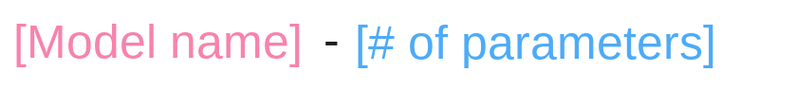
The Excalidraw diagram website/slides/assets/local-model-naming-01.excalidraw.svg in skaltman/r-medicine-llm, before a commit. Source tidied: one line per element, renumbered; positions are measured from the earlier drawing's top-left corner, leaving out a move shared by most shapes. The source it was exported from:
```json
{"id": 0, "type": "text", "text": "[Model name]", "strokeColor": "#f783ac", "backgroundColor": "#ffffff", "fillStyle": "solid", "strokeWidth": 2, "roughness": 0, "fontSize": 36, "fontFamily": 5, "x": 0, "y": 2, "width": 231, "height": 45}
{"id": 1, "type": "text", "text": "-", "strokeColor": "#1e1e1e", "backgroundColor": "#ffffff", "fillStyle": "solid", "strokeWidth": 2, "roughness": 0, "fontSize": 36, "fontFamily": 5, "x": 234, "y": 0, "width": 15, "height": 45}
{"id": 2, "type": "text", "text": "[# of parameters]", "strokeColor": "#4dabf7", "backgroundColor": "#ffffff", "fillStyle": "solid", "strokeWidth": 2, "roughness": 0, "fontSize": 36, "fontFamily": 5, "x": 257, "y": 3, "width": 322, "height": 45}
```
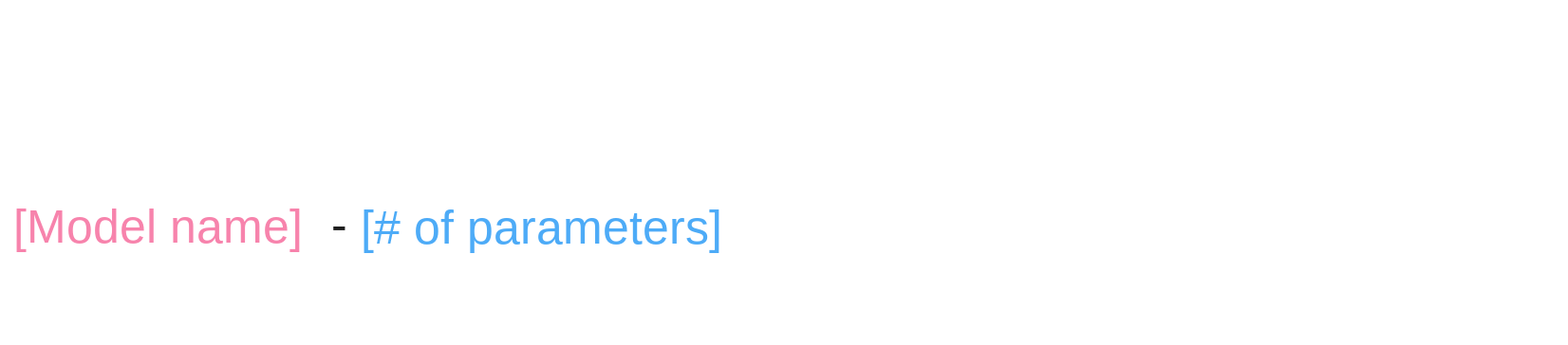
The same file after the commit.

Diff of the diagram source:
```diff
@@ -1,3 +1,4 @@
+{"id": 3, "type": "rectangle", "strokeColor": "#ffffff", "backgroundColor": "#ffffff", "fillStyle": "solid", "strokeWidth": 2, "roughness": 0, "round": true, "x": -5, "y": -146, "width": 1160, "height": 240}
-{"id": 0, "type": "text", "text": "[Model name]", "strokeColor": "#f783ac", "backgroundColor": "#ffffff", "fillStyle": "solid", "strokeWidth": 2, "roughness": 0, "fontSize": 36, "fontFamily": 5, "x": 0, "y": 2, "width": 231, "height": 45}
+{"id": 0, "type": "text", "text": "[Model name]", "strokeColor": "#f783ac", "backgroundColor": "#ffffff", "fillStyle": "solid", "strokeWidth": 2, "roughness": 0, "fontSize": 36, "fontFamily": 5, "x": -5, "y": -5, "width": 231, "height": 45}
-{"id": 1, "type": "text", "text": "-", "strokeColor": "#1e1e1e", "backgroundColor": "#ffffff", "fillStyle": "solid", "strokeWidth": 2, "roughness": 0, "fontSize": 36, "fontFamily": 5, "x": 234, "y": 0, "width": 15, "height": 45}
+{"id": 1, "type": "text", "text": "-", "strokeColor": "#1e1e1e", "backgroundColor": "#ffffff", "fillStyle": "solid", "strokeWidth": 2, "roughness": 0, "fontSize": 36, "fontFamily": 5, "x": 235, "y": -6, "width": 15, "height": 45}
-{"id": 2, "type": "text", "text": "[# of parameters]", "strokeColor": "#4dabf7", "backgroundColor": "#ffffff", "fillStyle": "solid", "strokeWidth": 2, "roughness": 0, "fontSize": 36, "fontFamily": 5, "x": 257, "y": 3, "width": 322, "height": 45}
+{"id": 2, "type": "text", "text": "[# of parameters]", "strokeColor": "#4dabf7", "backgroundColor": "#ffffff", "fillStyle": "solid", "strokeWidth": 2, "roughness": 0, "fontSize": 36, "fontFamily": 5, "x": 257, "y": -4, "width": 322, "height": 45}
```
